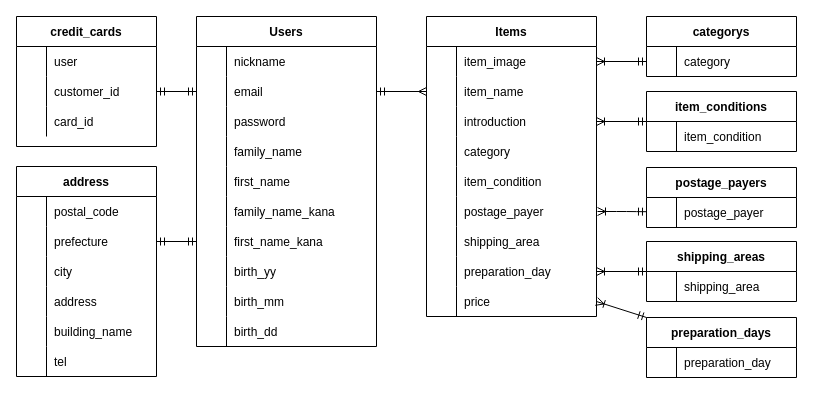
Earlier version of the draw.io diagram furima.dio (CKougami/furima-37663). Source tidied: cells renumbered, new cells numbered last; positions are measured from the earlier drawing's top-left corner, leaving out a move shared by most shapes. Both pictures are drawn from the tidied source at 100%, with x=0, y=0 at pixel (16, 16).
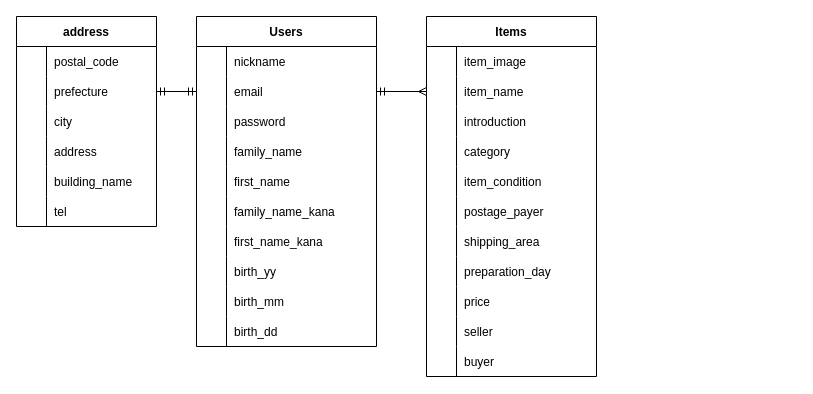
Above is the later version.

Commit message (it also covers changes not shown here):
データベース設計修正

Unchanged cells that the change refers to:
```xml
<mxCell id="6" style="shape=partialRectangle;fillColor=none;top=0;left=0;bottom=0;right=0;points=[[0,0.5],[1,0.5]];portConstraint=eastwest;" parent="2" vertex="1">
  <mxGeometry y="60" width="180" height="30" as="geometry" />
</mxCell>
<mxCell id="21" style="shape=partialRectangle;fillColor=none;top=0;left=0;bottom=0;right=0;points=[[0,0.5],[1,0.5]];portConstraint=eastwest;" parent="2" vertex="1">
  <mxGeometry y="210" width="180" height="30" as="geometry" />
</mxCell>
<mxCell id="34" style="shape=partialRectangle;fillColor=none;top=0;left=0;bottom=0;right=0;points=[[0,0.5],[1,0.5]];portConstraint=eastwest;" parent="33" vertex="1">
  <mxGeometry y="30" width="170" height="30" as="geometry" />
</mxCell>
<mxCell id="40" style="shape=partialRectangle;fillColor=none;top=0;left=0;bottom=0;right=0;points=[[0,0.5],[1,0.5]];portConstraint=eastwest;" parent="33" vertex="1">
  <mxGeometry y="90" width="170" height="30" as="geometry" />
</mxCell>
<mxCell id="55" style="shape=partialRectangle;fillColor=none;top=0;left=0;bottom=0;right=0;points=[[0,0.5],[1,0.5]];portConstraint=eastwest;" parent="33" vertex="1">
  <mxGeometry y="240" width="170" height="30" as="geometry" />
</mxCell>
<mxCell id="58" style="shape=partialRectangle;fillColor=none;top=0;left=0;bottom=0;right=0;points=[[0,0.5],[1,0.5]];portConstraint=eastwest;" parent="33" vertex="1">
  <mxGeometry y="270" width="170" height="30" as="geometry" />
</mxCell>
<mxCell id="75" style="shape=partialRectangle;fillColor=none;top=0;left=0;bottom=0;right=0;points=[[0,0.5],[1,0.5]];portConstraint=eastwest;" parent="71" vertex="1">
  <mxGeometry y="60" width="140" height="30" as="geometry" />
</mxCell>
```

The edit, as a diff of the source:
```diff
@@
     <mxCell id="33" value="Items" style="shape=table;startSize=30;childLayout=tableLayout;rowLines=0;fontStyle=1;align=center;" parent="1" vertex="1">
-      <mxGeometry x="410" width="170" height="300" as="geometry" />
+      <mxGeometry x="410" width="170" height="360" as="geometry" />
     </mxCell>
@@
-    <mxCell id="61" value="credit_cards" style="shape=table;startSize=30;childLayout=tableLayout;rowLines=0;fontStyle=1;align=center;" parent="1" vertex="1">
-      <mxGeometry width="140" height="130" as="geometry" />
-    </mxCell>
-    <mxCell id="62" style="shape=partialRectangle;fillColor=none;top=0;left=0;bottom=0;right=0;" parent="61" vertex="1">
-      <mxGeometry y="30" width="140" height="30" as="geometry" />
-    </mxCell>
-    <mxCell id="63" style="shape=partialRectangle;fillColor=none;top=0;left=0;bottom=0;right=0;overflow=hidden;" parent="62" vertex="1">
-      <mxGeometry width="30" height="30" as="geometry" />
-    </mxCell>
-    <mxCell id="64" value="user" style="shape=partialRectangle;fillColor=none;top=0;left=0;bottom=0;right=0;align=left;spacingLeft=6;overflow=hidden;" parent="62" vertex="1">
-      <mxGeometry x="30" width="110" height="30" as="geometry" />
-    </mxCell>
-    <mxCell id="65" style="shape=partialRectangle;fillColor=none;top=0;left=0;bottom=0;right=0;points=[[0,0.5],[1,0.5]];portConstraint=eastwest;" parent="61" vertex="1">
-      <mxGeometry y="60" width="140" height="30" as="geometry" />
-    </mxCell>
-    <mxCell id="66" style="shape=partialRectangle;fillColor=none;top=0;left=0;bottom=0;right=0;overflow=hidden;" parent="65" vertex="1">
-      <mxGeometry width="30" height="30" as="geometry" />
-    </mxCell>
-    <mxCell id="67" value="customer_id" style="shape=partialRectangle;fillColor=none;top=0;left=0;bottom=0;right=0;align=left;spacingLeft=6;overflow=hidden;" parent="65" vertex="1">
-      <mxGeometry x="30" width="110" height="30" as="geometry" />
-    </mxCell>
-    <mxCell id="68" style="shape=partialRectangle;fillColor=none;top=0;left=0;bottom=0;right=0;" parent="61" vertex="1">
-      <mxGeometry y="90" width="140" height="30" as="geometry" />
-    </mxCell>
-    <mxCell id="69" style="shape=partialRectangle;fillColor=none;top=0;left=0;bottom=0;right=0;overflow=hidden;" parent="68" vertex="1">
-      <mxGeometry width="30" height="30" as="geometry" />
-    </mxCell>
-    <mxCell id="70" value="card_id" style="shape=partialRectangle;fillColor=none;top=0;left=0;bottom=0;right=0;align=left;spacingLeft=6;overflow=hidden;" parent="68" vertex="1">
-      <mxGeometry x="30" width="110" height="30" as="geometry" />
-    </mxCell>
+    <mxCell id="118" style="shape=partialRectangle;fillColor=none;top=0;left=0;bottom=0;right=0;" parent="33" vertex="1">
+      <mxGeometry y="300" width="170" height="30" as="geometry" />
+    </mxCell>
+    <mxCell id="119" style="shape=partialRectangle;fillColor=none;top=0;left=0;bottom=0;right=0;overflow=hidden;" parent="118" vertex="1">
+      <mxGeometry width="30" height="30" as="geometry" />
+    </mxCell>
+    <mxCell id="120" value="seller" style="shape=partialRectangle;fillColor=none;top=0;left=0;bottom=0;right=0;align=left;spacingLeft=6;overflow=hidden;" parent="118" vertex="1">
+      <mxGeometry x="30" width="140" height="30" as="geometry" />
+    </mxCell>
+    <mxCell id="121" style="shape=partialRectangle;fillColor=none;top=0;left=0;bottom=0;right=0;" parent="33" vertex="1">
+      <mxGeometry y="330" width="170" height="30" as="geometry" />
+    </mxCell>
+    <mxCell id="122" style="shape=partialRectangle;fillColor=none;top=0;left=0;bottom=0;right=0;overflow=hidden;" parent="121" vertex="1">
+      <mxGeometry width="30" height="30" as="geometry" />
+    </mxCell>
+    <mxCell id="123" value="buyer" style="shape=partialRectangle;fillColor=none;top=0;left=0;bottom=0;right=0;align=left;spacingLeft=6;overflow=hidden;" parent="121" vertex="1">
+      <mxGeometry x="30" width="140" height="30" as="geometry" />
+    </mxCell>
     <mxCell id="71" value="address" style="shape=table;startSize=30;childLayout=tableLayout;rowLines=0;fontStyle=1;align=center;" parent="1" vertex="1">
-      <mxGeometry y="150" width="140" height="210" as="geometry" />
+      <mxGeometry width="140" height="210" as="geometry" />
     </mxCell>
@@
-    <mxCell id="90" style="edgeStyle=none;html=1;exitX=1;exitY=0.5;exitDx=0;exitDy=0;entryX=0;entryY=0.5;entryDx=0;entryDy=0;endArrow=ERmandOne;endFill=0;startArrow=ERmandOne;startFill=0;" parent="1" edge="1" source="65" target="6">
-      <mxGeometry relative="1" as="geometry" />
-    </mxCell>
@@
-    <mxCell id="92" style="edgeStyle=none;html=1;exitX=1;exitY=0.5;exitDx=0;exitDy=0;entryX=0;entryY=0.5;entryDx=0;entryDy=0;startArrow=ERmandOne;startFill=0;endArrow=ERmandOne;endFill=0;" parent="1" edge="1" source="75" target="21">
+    <mxCell id="92" style="edgeStyle=none;html=1;exitX=1;exitY=0.5;exitDx=0;exitDy=0;entryX=0;entryY=0.5;entryDx=0;entryDy=0;startArrow=ERmandOne;startFill=0;endArrow=ERmandOne;endFill=0;" parent="1" edge="1" source="75" target="6">
       <mxGeometry relative="1" as="geometry" />
     </mxCell>
-    <mxCell id="93" value="postage_payers" style="shape=table;startSize=30;childLayout=tableLayout;rowLines=0;fontStyle=1;align=center;" parent="1" vertex="1">
-      <mxGeometry x="630" y="151" width="150" height="60" as="geometry" />
-    </mxCell>
-    <mxCell id="94" style="shape=partialRectangle;fillColor=none;top=0;left=0;bottom=0;right=0;points=[[0,0.5],[1,0.5]];portConstraint=eastwest;" parent="93" vertex="1">
-      <mxGeometry y="30" width="150" height="30" as="geometry" />
-    </mxCell>
-    <mxCell id="95" style="shape=partialRectangle;fillColor=none;top=0;left=0;bottom=0;right=0;overflow=hidden;" parent="94" vertex="1">
-      <mxGeometry width="30" height="30" as="geometry" />
-    </mxCell>
-    <mxCell id="96" value="postage_payer" style="shape=partialRectangle;fillColor=none;top=0;left=0;bottom=0;right=0;align=left;spacingLeft=6;overflow=hidden;" parent="94" vertex="1">
-      <mxGeometry x="30" width="120" height="30" as="geometry" />
-    </mxCell>
-    <mxCell id="97" value="categorys" style="shape=table;startSize=30;childLayout=tableLayout;rowLines=0;fontStyle=1;align=center;" parent="1" vertex="1">
-      <mxGeometry x="630" width="150" height="60" as="geometry" />
-    </mxCell>
-    <mxCell id="98" style="shape=partialRectangle;fillColor=none;top=0;left=0;bottom=0;right=0;points=[[0,0.5],[1,0.5]];portConstraint=eastwest;" parent="97" vertex="1">
-      <mxGeometry y="30" width="150" height="30" as="geometry" />
-    </mxCell>
-    <mxCell id="99" style="shape=partialRectangle;fillColor=none;top=0;left=0;bottom=0;right=0;overflow=hidden;" parent="98" vertex="1">
-      <mxGeometry width="30" height="30" as="geometry" />
-    </mxCell>
-    <mxCell id="100" value="category" style="shape=partialRectangle;fillColor=none;top=0;left=0;bottom=0;right=0;align=left;spacingLeft=6;overflow=hidden;" parent="98" vertex="1">
-      <mxGeometry x="30" width="120" height="30" as="geometry" />
-    </mxCell>
-    <mxCell id="101" value="item_conditions" style="shape=table;startSize=30;childLayout=tableLayout;rowLines=0;fontStyle=1;align=center;" parent="1" vertex="1">
-      <mxGeometry x="630" y="75" width="150" height="60" as="geometry" />
-    </mxCell>
-    <mxCell id="102" style="shape=partialRectangle;fillColor=none;top=0;left=0;bottom=0;right=0;" parent="101" vertex="1">
-      <mxGeometry y="30" width="150" height="30" as="geometry" />
-    </mxCell>
-    <mxCell id="103" style="shape=partialRectangle;fillColor=none;top=0;left=0;bottom=0;right=0;overflow=hidden;" parent="102" vertex="1">
-      <mxGeometry width="30" height="30" as="geometry" />
-    </mxCell>
-    <mxCell id="104" value="item_condition" style="shape=partialRectangle;fillColor=none;top=0;left=0;bottom=0;right=0;align=left;spacingLeft=6;overflow=hidden;" parent="102" vertex="1">
-      <mxGeometry x="30" width="120" height="30" as="geometry" />
-    </mxCell>
-    <mxCell id="105" value="shipping_areas" style="shape=table;startSize=30;childLayout=tableLayout;rowLines=0;fontStyle=1;align=center;" parent="1" vertex="1">
-      <mxGeometry x="630" y="225" width="150" height="60" as="geometry" />
-    </mxCell>
-    <mxCell id="106" style="shape=partialRectangle;fillColor=none;top=0;left=0;bottom=0;right=0;" parent="105" vertex="1">
-      <mxGeometry y="30" width="150" height="30" as="geometry" />
-    </mxCell>
-    <mxCell id="107" style="shape=partialRectangle;fillColor=none;top=0;left=0;bottom=0;right=0;overflow=hidden;" parent="106" vertex="1">
-      <mxGeometry width="30" height="30" as="geometry" />
-    </mxCell>
-    <mxCell id="108" value="shipping_area" style="shape=partialRectangle;fillColor=none;top=0;left=0;bottom=0;right=0;align=left;spacingLeft=6;overflow=hidden;" parent="106" vertex="1">
-      <mxGeometry x="30" width="120" height="30" as="geometry" />
-    </mxCell>
-    <mxCell id="109" value="preparation_days" style="shape=table;startSize=30;childLayout=tableLayout;rowLines=0;fontStyle=1;align=center;" parent="1" vertex="1">
-      <mxGeometry x="630" y="301" width="150" height="60" as="geometry" />
-    </mxCell>
-    <mxCell id="110" style="shape=partialRectangle;fillColor=none;top=0;left=0;bottom=0;right=0;" parent="109" vertex="1">
-      <mxGeometry y="30" width="150" height="30" as="geometry" />
-    </mxCell>
-    <mxCell id="111" style="shape=partialRectangle;fillColor=none;top=0;left=0;bottom=0;right=0;overflow=hidden;" parent="110" vertex="1">
-      <mxGeometry width="30" height="30" as="geometry" />
-    </mxCell>
-    <mxCell id="112" value="preparation_day" style="shape=partialRectangle;fillColor=none;top=0;left=0;bottom=0;right=0;align=left;spacingLeft=6;overflow=hidden;" parent="110" vertex="1">
-      <mxGeometry x="30" width="120" height="30" as="geometry" />
-    </mxCell>
-    <mxCell id="113" style="edgeStyle=none;html=1;exitX=1;exitY=0.5;exitDx=0;exitDy=0;entryX=0;entryY=0.5;entryDx=0;entryDy=0;endArrow=ERmandOne;endFill=0;startArrow=ERoneToMany;startFill=0;" parent="1" edge="1" source="34" target="98">
-      <mxGeometry relative="1" as="geometry" />
-    </mxCell>
-    <mxCell id="114" style="edgeStyle=none;html=1;exitX=1;exitY=0.5;exitDx=0;exitDy=0;entryX=0;entryY=0.5;entryDx=0;entryDy=0;startArrow=ERoneToMany;startFill=0;endArrow=ERmandOne;endFill=0;" parent="1" edge="1" source="40" target="101">
-      <mxGeometry relative="1" as="geometry" />
-    </mxCell>
-    <mxCell id="115" style="edgeStyle=none;html=1;exitX=1;exitY=0.5;exitDx=0;exitDy=0;startArrow=ERoneToMany;startFill=0;endArrow=ERmandOne;endFill=0;" parent="1" edge="1" target="94">
-      <mxGeometry relative="1" as="geometry">
-        <mxPoint x="581" y="195" as="sourcePoint" />
-        <Array as="points">
-          <mxPoint x="610" y="195" />
-        </Array>
-      </mxGeometry>
-    </mxCell>
-    <mxCell id="116" style="edgeStyle=none;html=1;exitX=1;exitY=0.5;exitDx=0;exitDy=0;entryX=0;entryY=0.5;entryDx=0;entryDy=0;startArrow=ERoneToMany;startFill=0;endArrow=ERmandOne;endFill=0;" parent="1" edge="1" source="55" target="105">
-      <mxGeometry relative="1" as="geometry" />
-    </mxCell>
-    <mxCell id="117" style="edgeStyle=none;html=1;exitX=1;exitY=0.5;exitDx=0;exitDy=0;startArrow=ERoneToMany;startFill=0;endArrow=ERmandOne;endFill=0;entryX=0;entryY=0;entryDx=0;entryDy=0;" parent="1" edge="1" source="58" target="109">
-      <mxGeometry relative="1" as="geometry" />
-    </mxCell>
```
